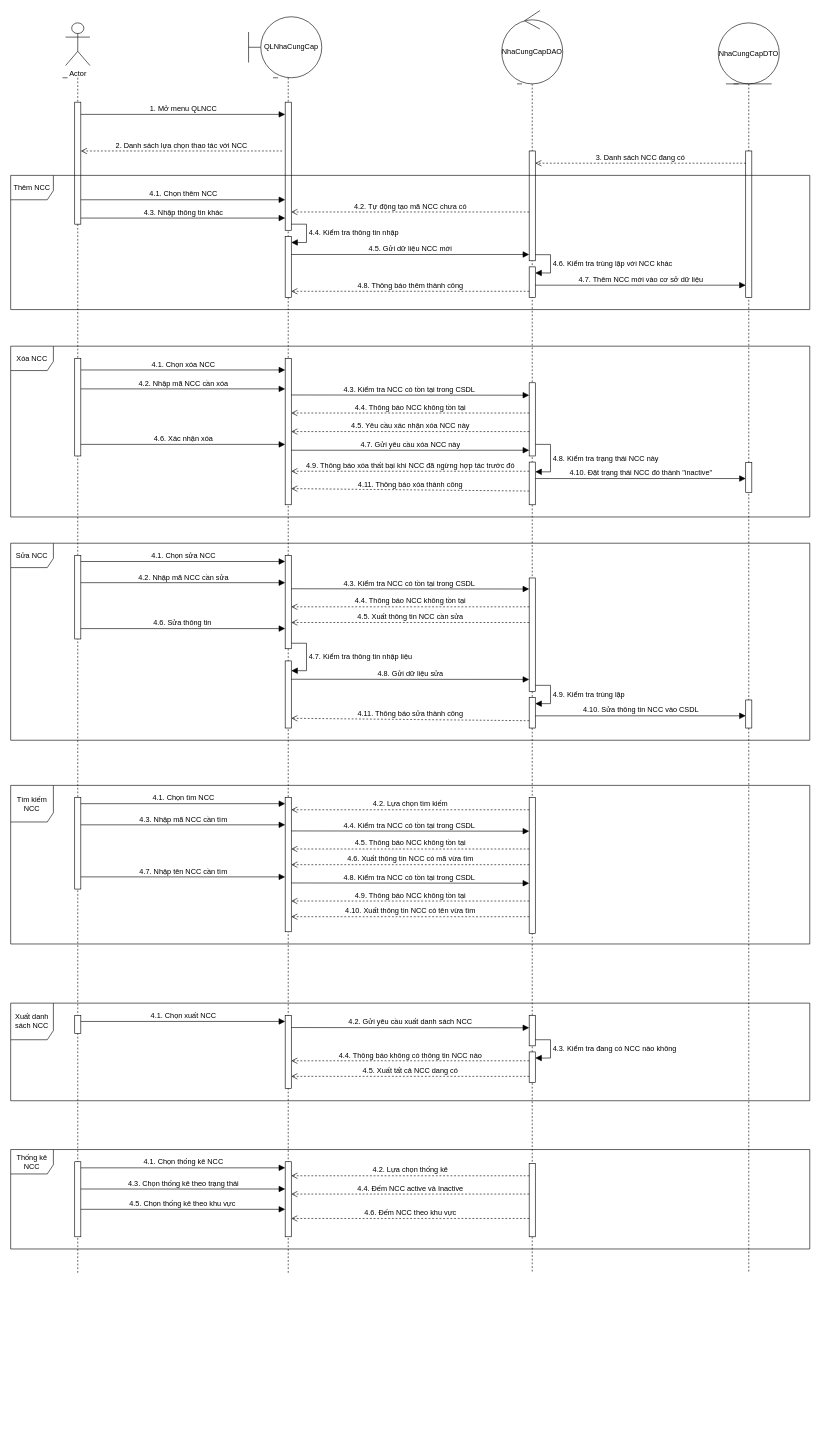
Earlier version of the draw.io diagram docs/Sequence Diagram/Vendor_sequence.drawio (DZT711/QL-CuaHangTienLoi). Source tidied: cells renumbered, new cells numbered last; positions are measured from the earlier drawing's top-left corner, leaving out a move shared by most shapes. Both pictures are drawn from the tidied source at 61%, with x=0, y=0 at pixel (10, 10).
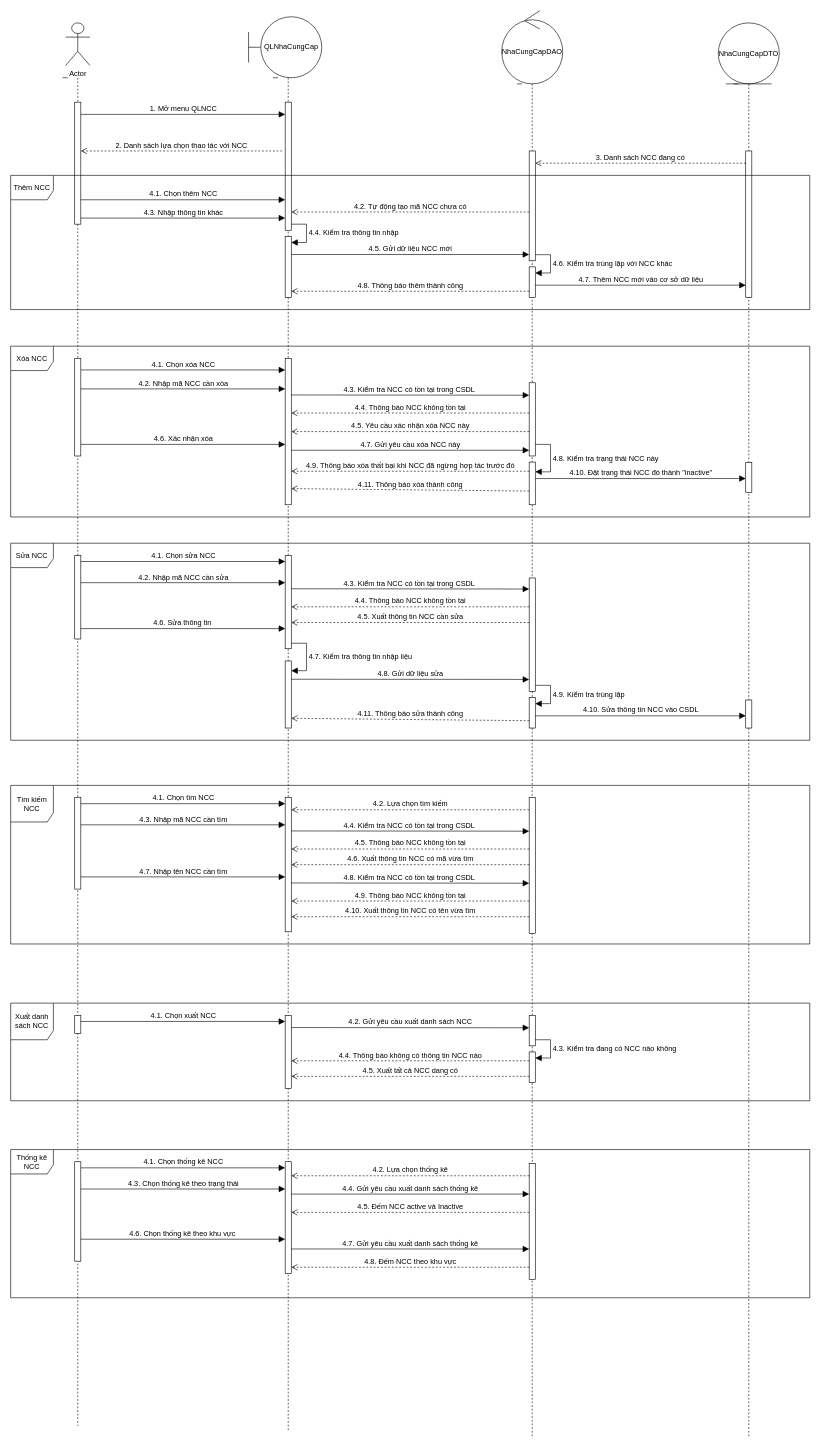
The same page after the edit.

Commit message (it also covers changes not shown here):
fix vendor diagram add product sequence

What changed in the source:
```diff
@@
     <mxCell id="3" style="shape=umlLifeline;perimeter=lifelinePerimeter;whiteSpace=wrap;html=1;newEdgeStyle={&quot;curved&quot;:0,&quot;rounded&quot;:0};participant=umlBoundary;size=0;" parent="1" vertex="1">
-      <mxGeometry x="85" y="110" width="50" height="1960" as="geometry" />
+      <mxGeometry x="85" y="110" width="50" height="2210" as="geometry" />
     </mxCell>
@@
     <mxCell id="8" style="shape=umlLifeline;perimeter=lifelinePerimeter;whiteSpace=wrap;html=1;newEdgeStyle={&quot;curved&quot;:0,&quot;rounded&quot;:0};participant=umlBoundary;size=0;" parent="1" vertex="1">
-      <mxGeometry x="430" y="110" width="50" height="1960" as="geometry" />
+      <mxGeometry x="430" y="110" width="50" height="2220" as="geometry" />
     </mxCell>
@@
     <mxCell id="15" style="shape=umlLifeline;perimeter=lifelinePerimeter;whiteSpace=wrap;html=1;newEdgeStyle={&quot;curved&quot;:0,&quot;rounded&quot;:0};participant=umlBoundary;size=0;" parent="1" vertex="1">
-      <mxGeometry x="830" y="120" width="50" height="1950" as="geometry" />
+      <mxGeometry x="830" y="120" width="50" height="2220" as="geometry" />
     </mxCell>
@@
     <mxCell id="21" style="shape=umlLifeline;perimeter=lifelinePerimeter;whiteSpace=wrap;html=1;newEdgeStyle={&quot;curved&quot;:0,&quot;rounded&quot;:0};participant=umlBoundary;size=0;" parent="1" vertex="1">
-      <mxGeometry x="1185" y="120" width="50" height="1950" as="geometry" />
+      <mxGeometry x="1185" y="120" width="50" height="2220" as="geometry" />
     </mxCell>
@@
     <mxCell id="86" value="Thống kê NCC" style="shape=umlFrame;whiteSpace=wrap;html=1;width=70;height=40;" parent="1" vertex="1">
-      <mxGeometry y="1867" width="1310" height="163" as="geometry" />
+      <mxGeometry y="1867" width="1310" height="243" as="geometry" />
     </mxCell>
     <mxCell id="87" style="html=1;perimeter=orthogonalPerimeter;targetShapes=umlLifeline;newEdgeStyle={&quot;curved&quot;:0,&quot;rounded&quot;:0};" parent="1" vertex="1">
-      <mxGeometry x="105" y="1887" width="10" height="123" as="geometry" />
+      <mxGeometry x="105" y="1887" width="10" height="163" as="geometry" />
     </mxCell>
     <mxCell id="88" style="html=1;perimeter=orthogonalPerimeter;targetShapes=umlLifeline;newEdgeStyle={&quot;curved&quot;:0,&quot;rounded&quot;:0};" parent="1" vertex="1">
-      <mxGeometry x="450" y="1887" width="10" height="123" as="geometry" />
+      <mxGeometry x="450" y="1887" width="10" height="183" as="geometry" />
     </mxCell>
     <mxCell id="89" style="html=1;perimeter=orthogonalPerimeter;targetShapes=umlLifeline;newEdgeStyle={&quot;curved&quot;:0,&quot;rounded&quot;:0};" parent="1" vertex="1">
-      <mxGeometry x="850" y="1890" width="10" height="120" as="geometry" />
+      <mxGeometry x="850" y="1890" width="10" height="190" as="geometry" />
     </mxCell>
@@
-    <mxCell id="92" value="4.4. Đếm NCC active và Inactive" style="html=1;verticalAlign=bottom;endArrow=open;dashed=1;endSize=8;curved=0;rounded=0;fontSize=12;" parent="1" edge="1">
+    <mxCell id="92" value="4.5. Đếm NCC active và Inactive" style="html=1;verticalAlign=bottom;endArrow=open;dashed=1;endSize=8;curved=0;rounded=0;fontSize=12;" parent="1" edge="1">
       <mxGeometry relative="1" as="geometry">
-        <mxPoint x="850" y="1940" as="sourcePoint" />
-        <mxPoint x="460" y="1940" as="targetPoint" />
+        <mxPoint x="850" y="1970" as="sourcePoint" />
+        <mxPoint x="460" y="1970" as="targetPoint" />
       </mxGeometry>
     </mxCell>
-    <mxCell id="93" value="4.5. Chọn thống kê theo khu vực&amp;nbsp;" style="html=1;verticalAlign=bottom;endArrow=block;curved=0;rounded=0;fontSize=12;startSize=8;endSize=8;" parent="1" edge="1">
+    <mxCell id="93" value="4.6. Chọn thống kê theo khu vực&amp;nbsp;" style="html=1;verticalAlign=bottom;endArrow=block;curved=0;rounded=0;fontSize=12;startSize=8;endSize=8;" parent="1" edge="1">
       <mxGeometry relative="1" as="geometry">
-        <mxPoint x="115" y="1965" as="sourcePoint" />
-        <mxPoint x="450" y="1965" as="targetPoint" />
+        <mxPoint x="115" y="2014" as="sourcePoint" />
+        <mxPoint x="450" y="2014" as="targetPoint" />
       </mxGeometry>
     </mxCell>
-    <mxCell id="94" value="4.6. Đếm NCC theo khu vực" style="html=1;verticalAlign=bottom;endArrow=open;dashed=1;endSize=8;curved=0;rounded=0;fontSize=12;" parent="1" edge="1">
+    <mxCell id="94" value="4.8. Đếm NCC theo khu vực" style="html=1;verticalAlign=bottom;endArrow=open;dashed=1;endSize=8;curved=0;rounded=0;fontSize=12;" parent="1" edge="1">
       <mxGeometry relative="1" as="geometry">
-        <mxPoint x="850" y="1980" as="sourcePoint" />
-        <mxPoint x="460" y="1980" as="targetPoint" />
+        <mxPoint x="850" y="2060" as="sourcePoint" />
+        <mxPoint x="460" y="2060" as="targetPoint" />
       </mxGeometry>
     </mxCell>
@@
+    <mxCell id="97" value="4.4. Gửi yêu cầu xuất danh sách thống kê" style="html=1;verticalAlign=bottom;endArrow=block;curved=0;rounded=0;fontSize=12;startSize=8;endSize=8;" parent="1" edge="1">
+      <mxGeometry relative="1" as="geometry">
+        <mxPoint x="460" y="1940" as="sourcePoint" />
+        <mxPoint x="850" y="1940" as="targetPoint" />
+      </mxGeometry>
+    </mxCell>
+    <mxCell id="98" value="4.7. Gửi yêu cầu xuất danh sách thống kê" style="html=1;verticalAlign=bottom;endArrow=block;curved=0;rounded=0;fontSize=12;startSize=8;endSize=8;" parent="1" edge="1">
+      <mxGeometry relative="1" as="geometry">
+        <mxPoint x="460" y="2030" as="sourcePoint" />
+        <mxPoint x="850" y="2030" as="targetPoint" />
+      </mxGeometry>
+    </mxCell>
```
